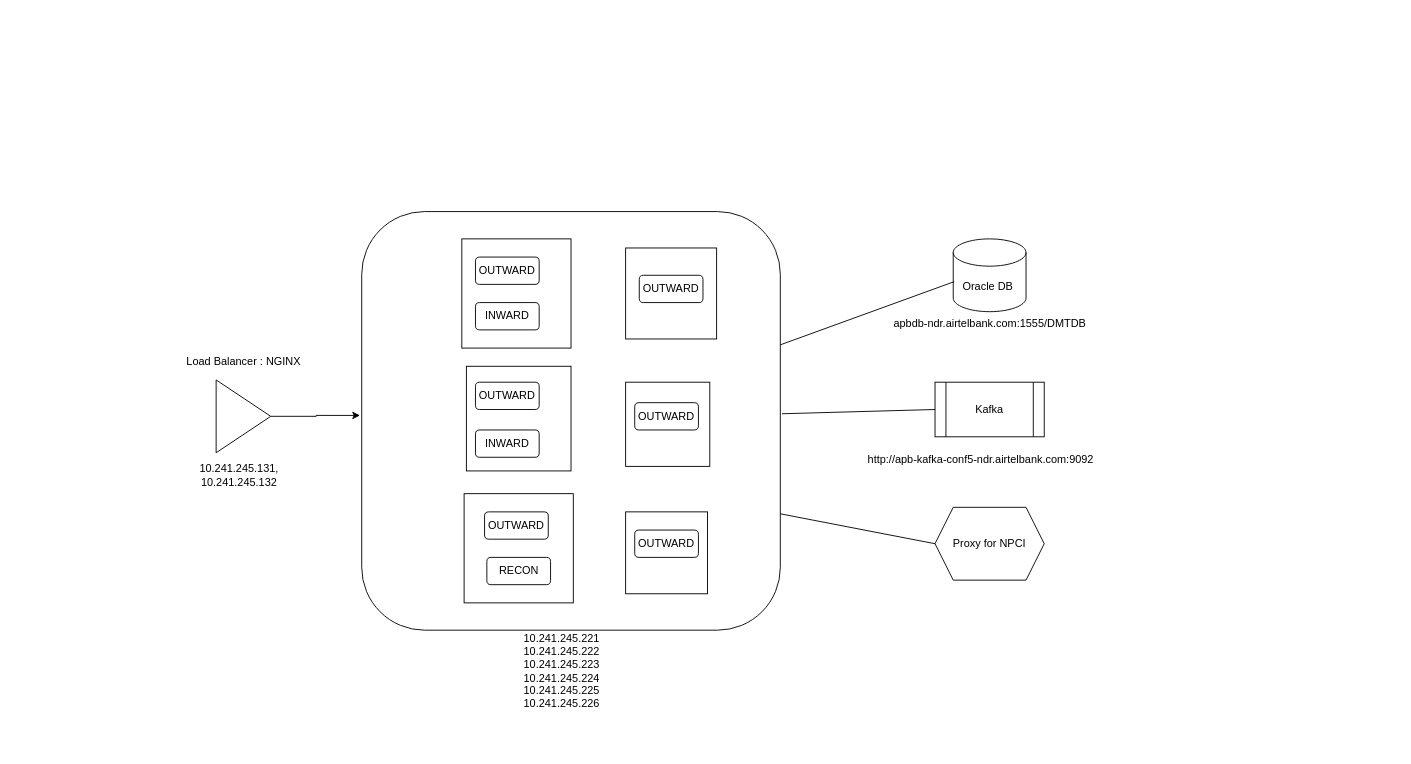
The draw.io diagram RBI_IMPS.drawio in ashwiniadlakha/draw_io, before the edit. Source tidied: cells renumbered, new cells numbered last; positions are measured from the earlier drawing's top-left corner, leaving out a move shared by most shapes. Both pictures are drawn from the tidied source at 91%, with x=0, y=0 at pixel (175, 211).
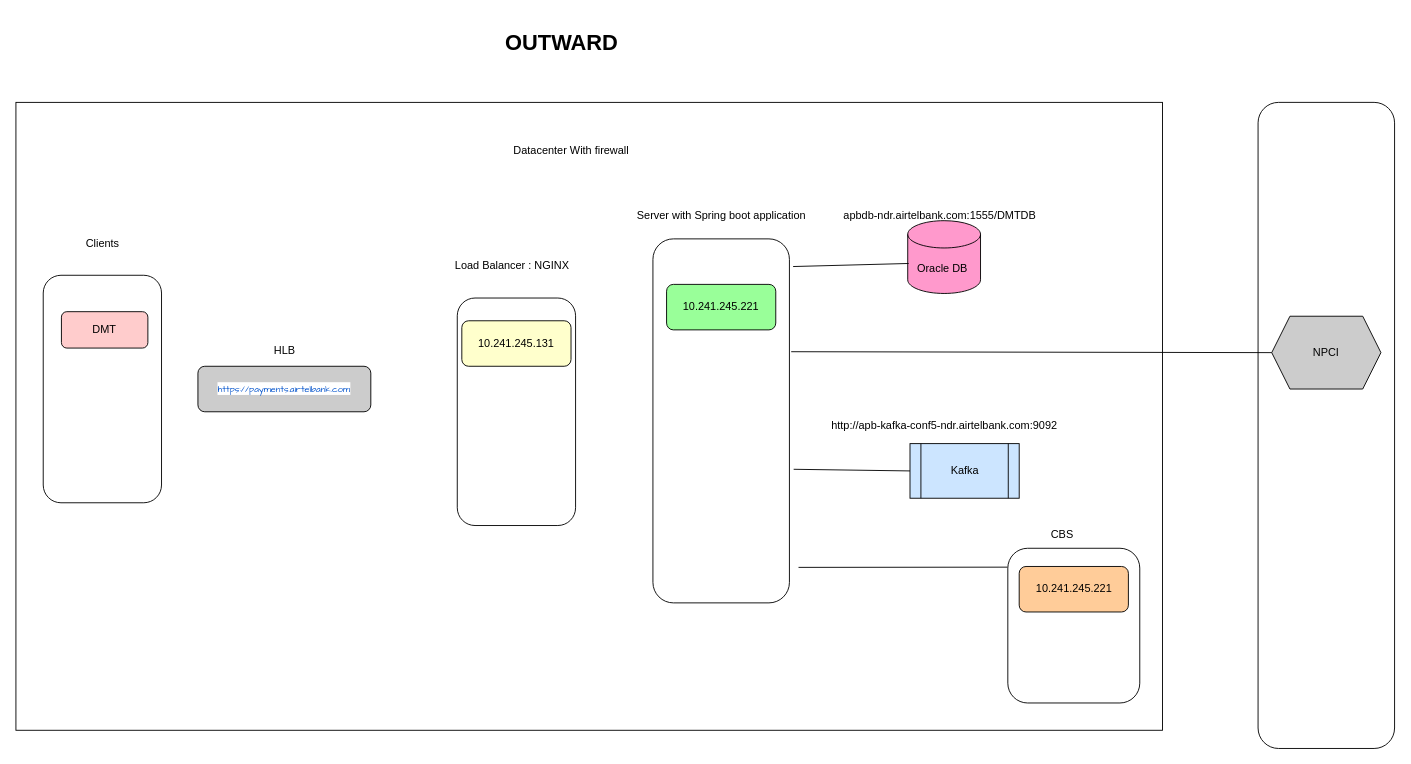
The same diagram, later.

Diff of the diagram source:
```diff
@@
+    <mxCell id="31" style="rounded=0;whiteSpace=wrap;html=1;" parent="1" vertex="1">
+      <mxGeometry x="-175" y="-120" width="1260" height="690" as="geometry" />
+    </mxCell>
+    <mxCell id="32" style="rounded=1;whiteSpace=wrap;html=1;" parent="1" vertex="1">
+      <mxGeometry x="915" y="370" width="145" height="170" as="geometry" />
+    </mxCell>
+    <mxCell id="33" style="rounded=1;whiteSpace=wrap;html=1;" parent="1" vertex="1">
+      <mxGeometry x="1190" y="-120" width="150" height="710" as="geometry" />
+    </mxCell>
+    <mxCell id="34" style="rounded=1;whiteSpace=wrap;html=1;" parent="1" vertex="1">
+      <mxGeometry x="310" y="95" width="130" height="250" as="geometry" />
+    </mxCell>
     <mxCell id="2" style="rounded=1;whiteSpace=wrap;html=1;" parent="1" vertex="1">
-      <mxGeometry x="205" width="460" height="460" as="geometry" />
+      <mxGeometry x="525" y="30" width="150" height="400" as="geometry" />
     </mxCell>
     <mxCell id="3" value="Load Balancer : NGINX" style="text;html=1;align=center;verticalAlign=middle;strokeColor=none;fillColor=none;" parent="1" vertex="1">
-      <mxGeometry y="150" width="150" height="30" as="geometry" />
+      <mxGeometry x="295" y="45" width="150" height="30" as="geometry" />
     </mxCell>
-    <mxCell id="4" style="whiteSpace=wrap;html=1;" parent="1" vertex="1">
-      <mxGeometry x="495" y="330" width="90" height="90" as="geometry" />
-    </mxCell>
-    <mxCell id="5" style="whiteSpace=wrap;html=1;" parent="1" vertex="1">
-      <mxGeometry x="495" y="187.5" width="92.5" height="92.5" as="geometry" />
-    </mxCell>
-    <mxCell id="6" style="whiteSpace=wrap;html=1;" parent="1" vertex="1">
-      <mxGeometry x="317.5" y="310" width="120" height="120" as="geometry" />
-    </mxCell>
-    <mxCell id="7" style="whiteSpace=wrap;html=1;" parent="1" vertex="1">
-      <mxGeometry x="495" y="40" width="100" height="100" as="geometry" />
-    </mxCell>
-    <mxCell id="8" style="whiteSpace=wrap;html=1;" parent="1" vertex="1">
-      <mxGeometry x="320" y="170" width="115" height="115" as="geometry" />
-    </mxCell>
-    <mxCell id="9" style="whiteSpace=wrap;html=1;" parent="1" vertex="1">
-      <mxGeometry x="315" y="30" width="120" height="120" as="geometry" />
-    </mxCell>
-    <mxCell id="10" value="OUTWARD" style="rounded=1;whiteSpace=wrap;html=1;" parent="1" vertex="1">
-      <mxGeometry x="330" y="50" width="70" height="30" as="geometry" />
-    </mxCell>
-    <mxCell id="11" value="OUTWARD" style="rounded=1;whiteSpace=wrap;html=1;" parent="1" vertex="1">
-      <mxGeometry x="510" y="70" width="70" height="30" as="geometry" />
-    </mxCell>
-    <mxCell id="12" value="INWARD" style="rounded=1;whiteSpace=wrap;html=1;" parent="1" vertex="1">
-      <mxGeometry x="330" y="100" width="70" height="30" as="geometry" />
-    </mxCell>
-    <mxCell id="13" value="OUTWARD" style="rounded=1;whiteSpace=wrap;html=1;" parent="1" vertex="1">
-      <mxGeometry x="330" y="187.5" width="70" height="30" as="geometry" />
-    </mxCell>
-    <mxCell id="14" value="INWARD" style="rounded=1;whiteSpace=wrap;html=1;" parent="1" vertex="1">
-      <mxGeometry x="330" y="240" width="70" height="30" as="geometry" />
-    </mxCell>
-    <mxCell id="15" value="OUTWARD" style="rounded=1;whiteSpace=wrap;html=1;" parent="1" vertex="1">
-      <mxGeometry x="340" y="330" width="70" height="30" as="geometry" />
-    </mxCell>
-    <mxCell id="16" value="RECON" style="rounded=1;whiteSpace=wrap;html=1;" parent="1" vertex="1">
-      <mxGeometry x="342.5" y="380" width="70" height="30" as="geometry" />
-    </mxCell>
-    <mxCell id="17" value="OUTWARD" style="rounded=1;whiteSpace=wrap;html=1;" parent="1" vertex="1">
-      <mxGeometry x="505" y="210" width="70" height="30" as="geometry" />
-    </mxCell>
-    <mxCell id="18" value="OUTWARD" style="rounded=1;whiteSpace=wrap;html=1;" parent="1" vertex="1">
-      <mxGeometry x="505" y="350" width="70" height="30" as="geometry" />
-    </mxCell>
-    <mxCell id="19" style="edgeStyle=orthogonalEdgeStyle;rounded=0;jettySize=auto;html=1;entryX=-0.004;entryY=0.487;entryDx=0;entryDy=0;entryPerimeter=0;" parent="1" edge="1" source="20" target="2">
-      <mxGeometry relative="1" as="geometry" />
-    </mxCell>
-    <mxCell id="20" style="triangle;whiteSpace=wrap;html=1;" parent="1" vertex="1">
-      <mxGeometry x="45" y="185" width="60" height="80" as="geometry" />
-    </mxCell>
-    <mxCell id="21" value="Oracle DB&amp;nbsp;" style="shape=cylinder3;whiteSpace=wrap;html=1;boundedLbl=1;backgroundOutline=1;size=15;" parent="1" vertex="1">
-      <mxGeometry x="855" y="30" width="80" height="80" as="geometry" />
+    <mxCell id="21" value="Oracle DB&amp;nbsp;" style="shape=cylinder3;whiteSpace=wrap;html=1;boundedLbl=1;backgroundOutline=1;size=15;fillColor=#FF99CC;" parent="1" vertex="1">
+      <mxGeometry x="805" y="10" width="80" height="80" as="geometry" />
     </mxCell>
-    <mxCell id="22" value="Kafka" style="shape=process;whiteSpace=wrap;html=1;backgroundOutline=1;" parent="1" vertex="1">
-      <mxGeometry x="835" y="187.5" width="120" height="60" as="geometry" />
+    <mxCell id="22" value="Kafka" style="shape=process;whiteSpace=wrap;html=1;backgroundOutline=1;fillColor=#CCE5FF;" parent="1" vertex="1">
+      <mxGeometry x="807.5" y="255" width="120" height="60" as="geometry" />
     </mxCell>
-    <mxCell id="23" value="Proxy for NPCI" style="shape=hexagon;perimeter=hexagonPerimeter2;whiteSpace=wrap;html=1;fixedSize=1;" parent="1" vertex="1">
-      <mxGeometry x="835" y="325" width="120" height="80" as="geometry" />
+    <mxCell id="23" value="NPCI" style="shape=hexagon;perimeter=hexagonPerimeter2;whiteSpace=wrap;html=1;fixedSize=1;fillColor=#CCCCCC;" parent="1" vertex="1">
+      <mxGeometry x="1205" y="115" width="120" height="80" as="geometry" />
     </mxCell>
-    <mxCell id="24" style="endArrow=none;html=1;rounded=0;entryX=0.013;entryY=0.588;entryDx=0;entryDy=0;entryPerimeter=0;" parent="1" edge="1" source="2" target="21">
+    <mxCell id="24" style="endArrow=none;html=1;rounded=0;entryX=0.013;entryY=0.588;entryDx=0;entryDy=0;entryPerimeter=0;exitX=1.027;exitY=0.076;exitDx=0;exitDy=0;exitPerimeter=0;" parent="1" edge="1" source="2" target="21">
       <mxGeometry relative="1" as="geometry" />
     </mxCell>
-    <mxCell id="25" style="endArrow=none;html=1;rounded=0;entryX=0;entryY=0.5;entryDx=0;entryDy=0;exitX=1.004;exitY=0.483;exitDx=0;exitDy=0;exitPerimeter=0;" parent="1" edge="1" source="2" target="22">
+    <mxCell id="25" style="endArrow=none;html=1;rounded=0;exitX=1.031;exitY=0.633;exitDx=0;exitDy=0;exitPerimeter=0;entryX=0;entryY=0.5;entryDx=0;entryDy=0;" parent="1" edge="1" source="2" target="22">
       <mxGeometry relative="1" as="geometry" />
     </mxCell>
-    <mxCell id="26" style="endArrow=none;html=1;rounded=0;entryX=0;entryY=0.5;entryDx=0;entryDy=0;exitX=1;exitY=0.722;exitDx=0;exitDy=0;exitPerimeter=0;" parent="1" edge="1" source="2" target="23">
+    <mxCell id="26" style="endArrow=none;html=1;rounded=0;entryX=0;entryY=0.5;entryDx=0;entryDy=0;exitX=1.013;exitY=0.31;exitDx=0;exitDy=0;exitPerimeter=0;" parent="1" edge="1" source="2" target="23">
       <mxGeometry relative="1" as="geometry" />
     </mxCell>
-    <mxCell id="27" value="&lt;div&gt;10.241.245.131,&lt;br&gt;&lt;span style=&quot;background-color: initial;&quot;&gt;10.241.245.132&lt;/span&gt;&lt;/div&gt;" style="text;html=1;align=center;verticalAlign=middle;strokeColor=none;fillColor=none;" parent="1" vertex="1">
-      <mxGeometry x="15" y="270" width="110" height="40" as="geometry" />
-    </mxCell>
-    <mxCell id="28" value="&lt;div style=&quot;border-color: var(--border-color);&quot;&gt;10.241.245.221&lt;/div&gt;&lt;div style=&quot;border-color: var(--border-color);&quot;&gt;10.241.245.222&lt;/div&gt;&lt;div style=&quot;border-color: var(--border-color);&quot;&gt;&lt;div style=&quot;border-color: var(--border-color);&quot;&gt;10.241.245.223&lt;/div&gt;&lt;div style=&quot;border-color: var(--border-color);&quot;&gt;&lt;span style=&quot;background-color: initial;&quot;&gt;10.241.245.224&lt;/span&gt;&lt;/div&gt;&lt;div style=&quot;border-color: var(--border-color);&quot;&gt;10.241.245.225&lt;/div&gt;&lt;div style=&quot;border-color: var(--border-color);&quot;&gt;10.241.245.226&lt;/div&gt;&lt;/div&gt;" style="text;html=1;strokeColor=none;fillColor=none;align=center;verticalAlign=middle;whiteSpace=wrap;rounded=0;" parent="1" vertex="1">
-      <mxGeometry x="395" y="490" width="60" height="30" as="geometry" />
-    </mxCell>
     <mxCell id="29" value="http://apb-kafka-conf5-ndr.airtelbank.com:9092" style="text;html=1;align=center;verticalAlign=middle;strokeColor=none;fillColor=none;" parent="1" vertex="1">
-      <mxGeometry x="750" y="258" width="270" height="30" as="geometry" />
+      <mxGeometry x="710" y="220" width="270" height="30" as="geometry" />
     </mxCell>
     <mxCell id="30" value="apbdb-ndr.airtelbank.com:1555/DMTDB" style="text;html=1;align=center;verticalAlign=middle;strokeColor=none;fillColor=none;" parent="1" vertex="1">
-      <mxGeometry x="780" y="108" width="230" height="30" as="geometry" />
+      <mxGeometry x="725" y="-10" width="230" height="30" as="geometry" />
     </mxCell>
+    <mxCell id="35" value="Server with Spring boot application" style="text;html=1;align=center;verticalAlign=middle;strokeColor=none;fillColor=none;" parent="1" vertex="1">
+      <mxGeometry x="495" y="-10" width="210" height="30" as="geometry" />
+    </mxCell>
+    <mxCell id="36" value="Datacenter With firewall" style="text;html=1;align=center;verticalAlign=middle;strokeColor=none;fillColor=none;" parent="1" vertex="1">
+      <mxGeometry x="360" y="-82" width="150" height="30" as="geometry" />
+    </mxCell>
+    <mxCell id="37" value="10.241.245.221&lt;br&gt;" style="rounded=1;whiteSpace=wrap;html=1;fillColor=#99FF99;" parent="1" vertex="1">
+      <mxGeometry x="540" y="80" width="120" height="50" as="geometry" />
+    </mxCell>
+    <mxCell id="38" value="10.241.245.131" style="rounded=1;whiteSpace=wrap;html=1;fillColor=#FFFFCC;" parent="1" vertex="1">
+      <mxGeometry x="315" y="120" width="120" height="50" as="geometry" />
+    </mxCell>
+    <mxCell id="39" style="rounded=1;whiteSpace=wrap;html=1;" parent="1" vertex="1">
+      <mxGeometry x="-145" y="70" width="130" height="250" as="geometry" />
+    </mxCell>
+    <mxCell id="40" value="Clients" style="text;html=1;align=center;verticalAlign=middle;strokeColor=none;fillColor=none;" parent="1" vertex="1">
+      <mxGeometry x="-110" y="20" width="60" height="30" as="geometry" />
+    </mxCell>
+    <mxCell id="41" value="&lt;a style=&quot;color: rgb(0, 82, 204); text-decoration: var(--aui-link-hover-decoration); text-align: left; background-color: rgb(255, 255, 255);&quot; rel=&quot;nofollow&quot; href=&quot;https://payments.airtelbank.com/pimps/NBWebClient/fcrjappinterface&quot; class=&quot;external-link&quot;&gt;&lt;font face=&quot;Comic Sans MS&quot; style=&quot;font-size: 10px;&quot;&gt;https://payments.airtelbank.com&lt;/font&gt;&lt;/a&gt;" style="rounded=1;whiteSpace=wrap;html=1;fillColor=#CCCCCC;" parent="1" vertex="1">
+      <mxGeometry x="25" y="170" width="190" height="50" as="geometry" />
+    </mxCell>
+    <mxCell id="42" value="HLB" style="text;html=1;align=center;verticalAlign=middle;strokeColor=none;fillColor=none;" parent="1" vertex="1">
+      <mxGeometry x="95" y="138" width="50" height="30" as="geometry" />
+    </mxCell>
+    <mxCell id="43" style="edgeStyle=orthogonalEdgeStyle;rounded=0;orthogonalLoop=1;jettySize=auto;html=1;exitX=0.5;exitY=1;exitDx=0;exitDy=0;" parent="1" edge="1" source="41" target="41">
+      <mxGeometry relative="1" as="geometry" />
+    </mxCell>
+    <mxCell id="44" value="DMT" style="rounded=1;whiteSpace=wrap;html=1;fillColor=#FFCCCC;" parent="1" vertex="1">
+      <mxGeometry x="-125" y="110" width="95" height="40" as="geometry" />
+    </mxCell>
+    <mxCell id="45" value="&lt;h1&gt;OUTWARD&lt;/h1&gt;" style="text;html=1;strokeColor=none;fillColor=none;align=center;verticalAlign=middle;whiteSpace=wrap;rounded=0;" parent="1" vertex="1">
+      <mxGeometry x="395" y="-200" width="60" height="30" as="geometry" />
+    </mxCell>
+    <mxCell id="46" value="10.241.245.221&lt;br&gt;" style="rounded=1;whiteSpace=wrap;html=1;fillColor=#FFCC99;" parent="1" vertex="1">
+      <mxGeometry x="927.5" y="390" width="120" height="50" as="geometry" />
+    </mxCell>
+    <mxCell id="47" style="endArrow=none;html=1;rounded=0;entryX=-0.003;entryY=0.122;entryDx=0;entryDy=0;entryPerimeter=0;" parent="1" edge="1" target="32">
+      <mxGeometry relative="1" as="geometry">
+        <mxPoint x="685" y="391" as="sourcePoint" />
+      </mxGeometry>
+    </mxCell>
+    <mxCell id="48" value="CBS" style="text;html=1;strokeColor=none;fillColor=none;align=center;verticalAlign=middle;whiteSpace=wrap;rounded=0;" parent="1" vertex="1">
+      <mxGeometry x="945" y="340" width="60" height="30" as="geometry" />
+    </mxCell>
```
